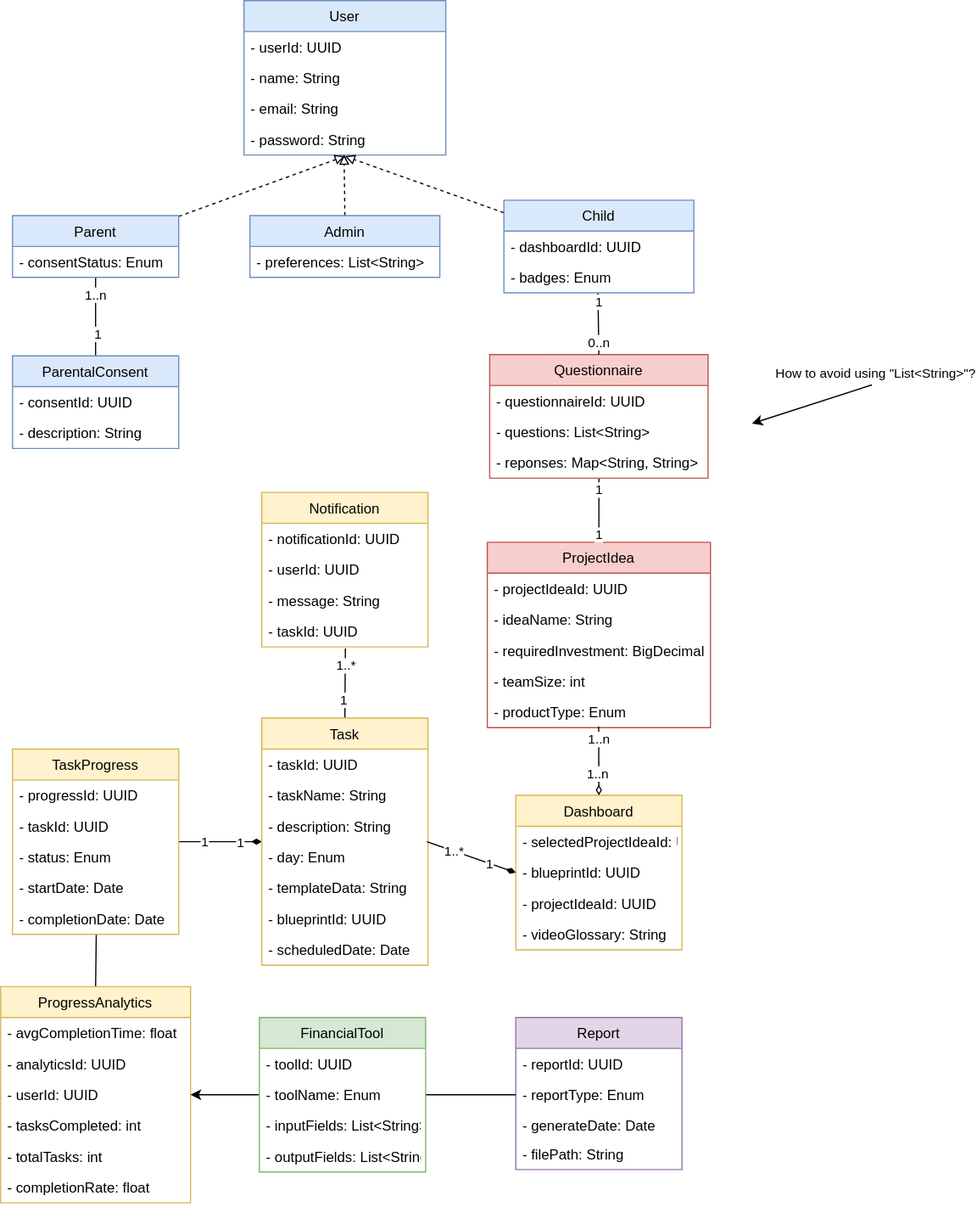
dmr4eg/la-infrastructure keeps this draw.io diagram as docs/analysis/classes-diagram/analytical-classes-domain-model.dio.svg. Above is the earlier version. Source tidied: cells renumbered, new cells last; positions are measured from the earlier drawing's top-left corner, leaving out a move shared by most shapes.
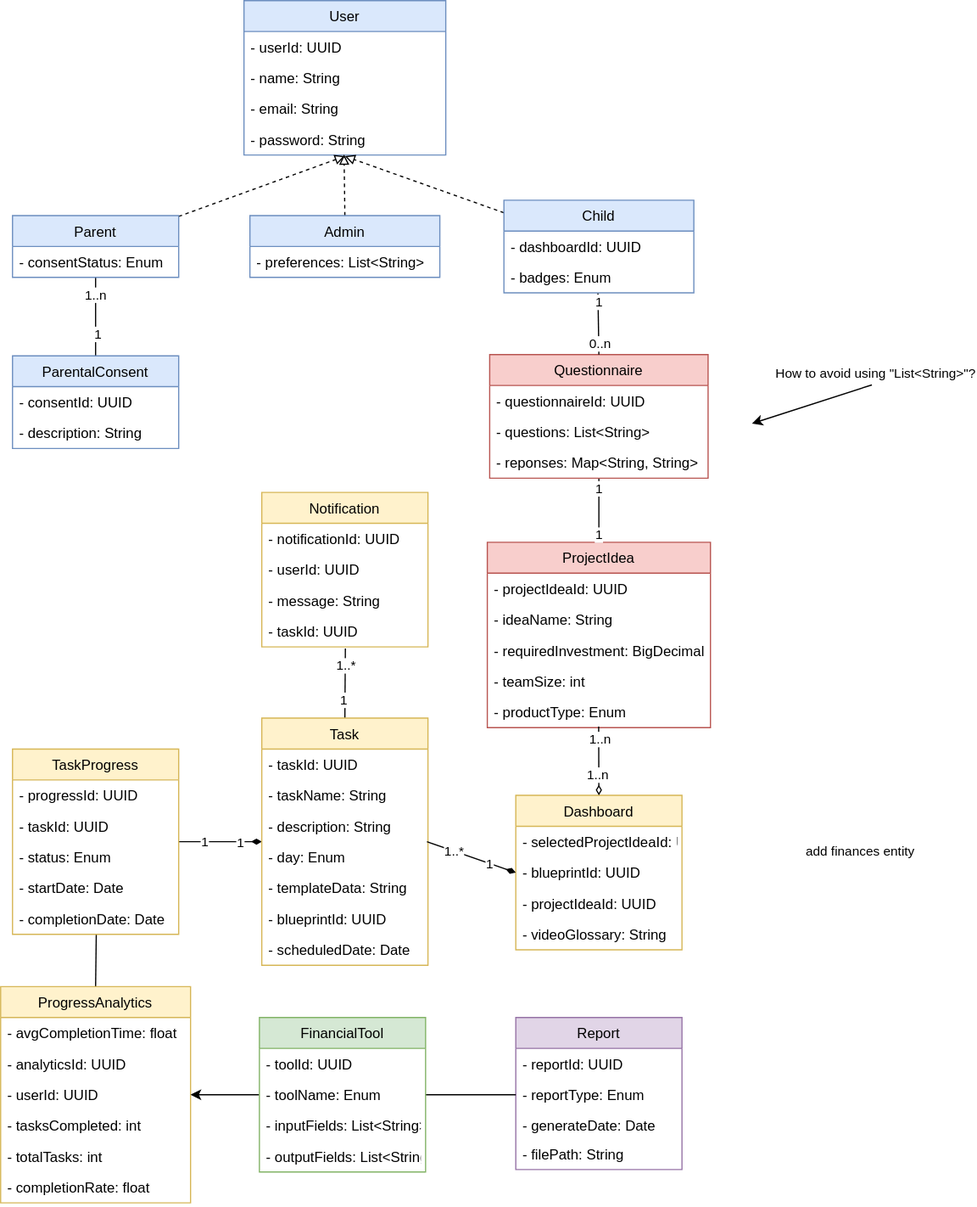
The same file after the commit.

What changed in the source:
```diff
@@ -305,5 +305,8 @@
         <mxPoint x="-133" y="-130" as="offset" />
       </mxGeometry>
     </mxCell>
+    <mxCell id="98" value="add finances entity" style="edgeLabel;html=1;align=center;verticalAlign=middle;" parent="1" vertex="1">
+      <mxGeometry x="723" y="715" as="geometry" />
+    </mxCell>
   </root>
 </mxGraphModel>
```
